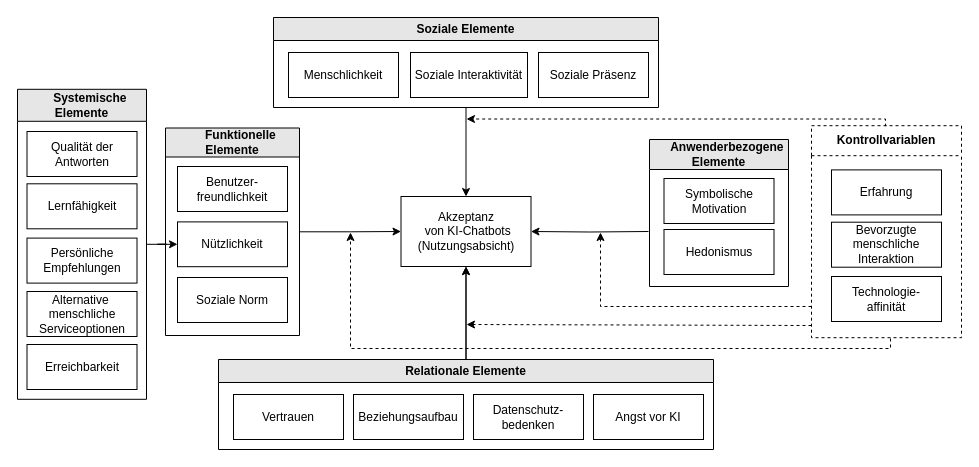
Earlier version of the draw.io diagram sRAM.drawio (Frododo12/Web-Technologie). Source tidied: cells renumbered, new cells numbered last; positions are measured from the earlier drawing's top-left corner, leaving out a move shared by most shapes. Both pictures are drawn from the tidied source at 100%, with x=0, y=0 at pixel (17, 17).
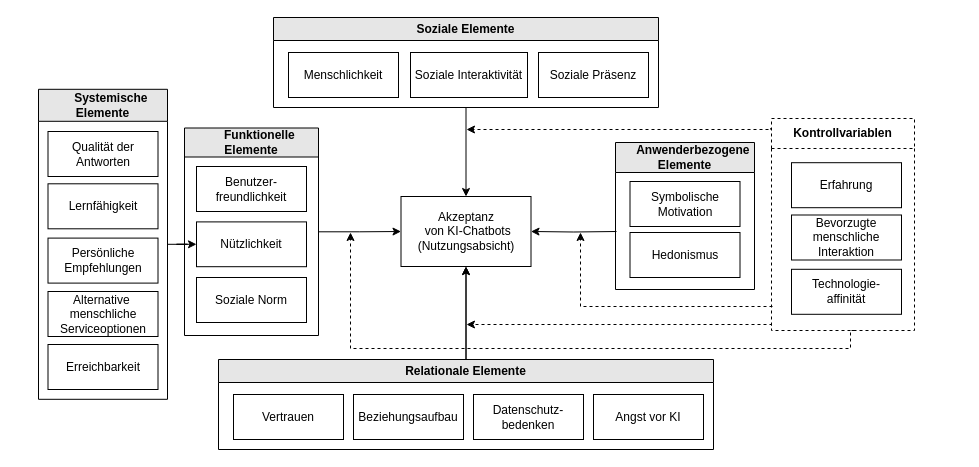
After the change.

Unchanged cells that the change refers to:
```xml
<mxCell id="2" value="Akzeptanz&lt;br&gt;&amp;nbsp;von KI-Chatbots&lt;br&gt;(Nutzungsabsicht)" style="rounded=0;whiteSpace=wrap;html=1;" parent="1" vertex="1">
  <mxGeometry x="383.5" y="179" width="130" height="70" as="geometry" />
</mxCell>
```

The edit, as a diff of the source:
```diff
@@
     <mxCell id="11" value="&amp;nbsp; &amp;nbsp; &amp;nbsp;Funktionelle Elemente" style="swimlane;whiteSpace=wrap;html=1;fillColor=#E6E6E6;startSize=29;" parent="1" vertex="1">
-      <mxGeometry x="148" y="110.5" width="134" height="207.5" as="geometry" />
+      <mxGeometry x="167" y="110.5" width="134" height="207.5" as="geometry" />
     </mxCell>
@@
     <mxCell id="20" style="edgeStyle=orthogonalEdgeStyle;rounded=0;jettySize=auto;html=1;entryX=1;entryY=0.5;entryDx=0;entryDy=0;" parent="1" edge="1" target="2">
       <mxGeometry relative="1" as="geometry">
-        <mxPoint x="631" y="214" as="sourcePoint" />
+        <mxPoint x="599" y="214" as="sourcePoint" />
       </mxGeometry>
     </mxCell>
     <mxCell id="21" value="&amp;nbsp; &amp;nbsp; &amp;nbsp;Anwenderbezogene&lt;br style=&quot;border-color: var(--border-color);&quot;&gt;Elemente" style="swimlane;whiteSpace=wrap;html=1;startSize=30;fillColor=#E6E6E6;" parent="1" vertex="1">
-      <mxGeometry x="632" y="122" width="139" height="147" as="geometry" />
+      <mxGeometry x="598" y="125" width="139" height="147" as="geometry" />
     </mxCell>
@@
     <mxCell id="25" value="&amp;nbsp; &amp;nbsp; &amp;nbsp;Systemische &lt;br&gt;Elemente" style="swimlane;whiteSpace=wrap;html=1;startSize=32;fillColor=#E6E6E6;" parent="1" vertex="1">
-      <mxGeometry y="71.8" width="129" height="310" as="geometry" />
+      <mxGeometry x="21" y="71.8" width="129" height="310" as="geometry" />
     </mxCell>
@@
     <mxCell id="31" value="Kontrollvariablen" style="swimlane;whiteSpace=wrap;html=1;startSize=30;fillColor=#FFFFFF;dashed=1;" parent="1" vertex="1">
-      <mxGeometry x="794" y="108.2" width="150" height="212" as="geometry" />
+      <mxGeometry x="754" y="101" width="143" height="212" as="geometry" />
     </mxCell>
@@
     <mxCell id="35" style="edgeStyle=orthogonalEdgeStyle;rounded=0;orthogonalLoop=1;jettySize=auto;html=1;dashed=1;" parent="1" edge="1">
       <mxGeometry relative="1" as="geometry">
-        <mxPoint x="873" y="321" as="sourcePoint" />
+        <mxPoint x="837" y="313" as="sourcePoint" />
         <mxPoint x="333" y="215" as="targetPoint" />
         <Array as="points">
-          <mxPoint x="873" y="331" />
+          <mxPoint x="833" y="313" />
+          <mxPoint x="833" y="331" />
           <mxPoint x="333" y="331" />
         </Array>
       </mxGeometry>
     </mxCell>
-    <mxCell id="36" style="edgeStyle=orthogonalEdgeStyle;rounded=0;jettySize=auto;html=1;dashed=1;exitX=0.5;exitY=0;exitDx=0;exitDy=0;" parent="1" edge="1" source="31">
-      <mxGeometry relative="1" as="geometry">
-        <mxPoint x="449" y="101.5" as="targetPoint" />
-        <Array as="points">
-          <mxPoint x="868" y="108" />
-          <mxPoint x="868" y="102" />
-        </Array>
-      </mxGeometry>
-    </mxCell>
     <mxCell id="37" style="edgeStyle=orthogonalEdgeStyle;rounded=0;orthogonalLoop=1;jettySize=auto;html=1;dashed=1;" parent="1" edge="1">
       <mxGeometry relative="1" as="geometry">
-        <mxPoint x="794" y="289" as="sourcePoint" />
-        <mxPoint x="583" y="215" as="targetPoint" />
+        <mxPoint x="755" y="289" as="sourcePoint" />
+        <mxPoint x="563" y="215" as="targetPoint" />
         <Array as="points">
-          <mxPoint x="583" y="289" />
+          <mxPoint x="563" y="289" />
+          <mxPoint x="563" y="215" />
         </Array>
       </mxGeometry>
     </mxCell>
     <mxCell id="38" style="edgeStyle=orthogonalEdgeStyle;rounded=0;orthogonalLoop=1;jettySize=auto;html=1;dashed=1;" parent="1" edge="1">
       <mxGeometry relative="1" as="geometry">
-        <mxPoint x="794" y="308" as="sourcePoint" />
+        <mxPoint x="754" y="308" as="sourcePoint" />
         <mxPoint x="449" y="307" as="targetPoint" />
         <Array as="points">
-          <mxPoint x="791" y="308" />
-          <mxPoint x="791" y="308" />
+          <mxPoint x="754" y="307" />
         </Array>
       </mxGeometry>
     </mxCell>
+    <mxCell id="39" style="edgeStyle=orthogonalEdgeStyle;rounded=0;orthogonalLoop=1;jettySize=auto;html=1;dashed=1;" parent="1" edge="1">
+      <mxGeometry relative="1" as="geometry">
+        <mxPoint x="753" y="112" as="sourcePoint" />
+        <mxPoint x="449" y="112" as="targetPoint" />
+        <Array as="points">
+          <mxPoint x="754" y="111" />
+          <mxPoint x="754" y="112" />
+        </Array>
+      </mxGeometry>
+    </mxCell>
```
